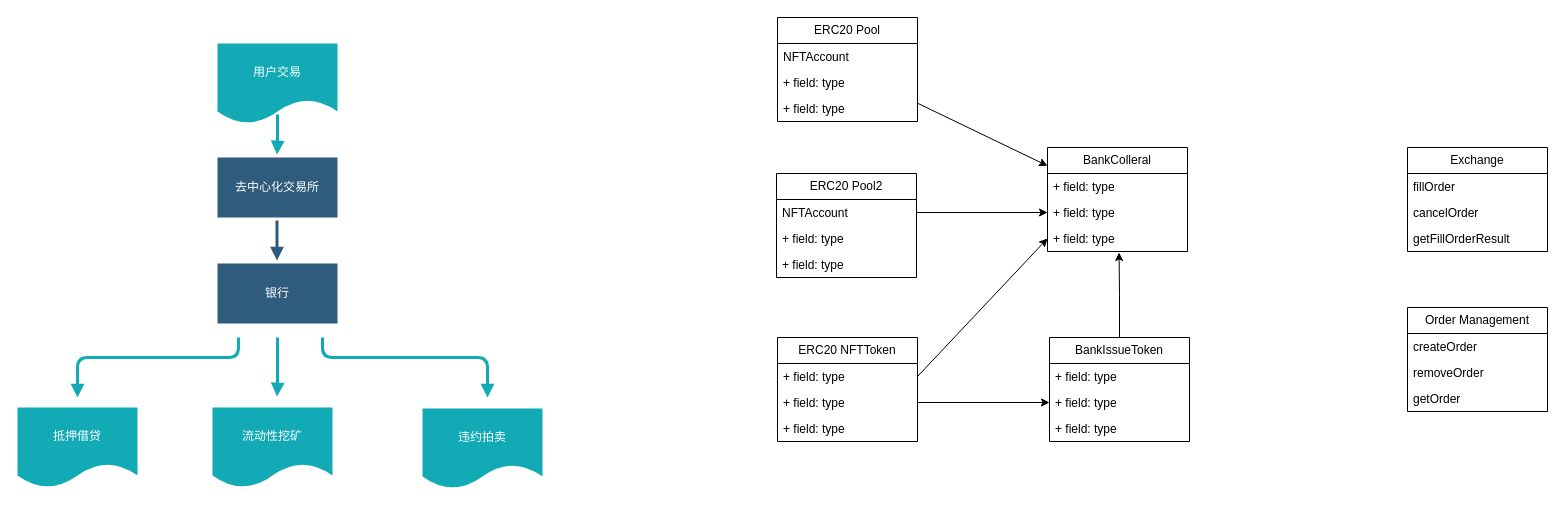
Adamlixi/adamblog.github.io keeps this draw.io diagram as 未命名绘图.drawio. Above is the earlier version. Source tidied: cells renumbered, new cells numbered last; positions are measured from the earlier drawing's top-left corner, leaving out a move shared by most shapes. Both pictures are drawn from the tidied source at 100%, with x=0, y=0 at pixel (17, 17).
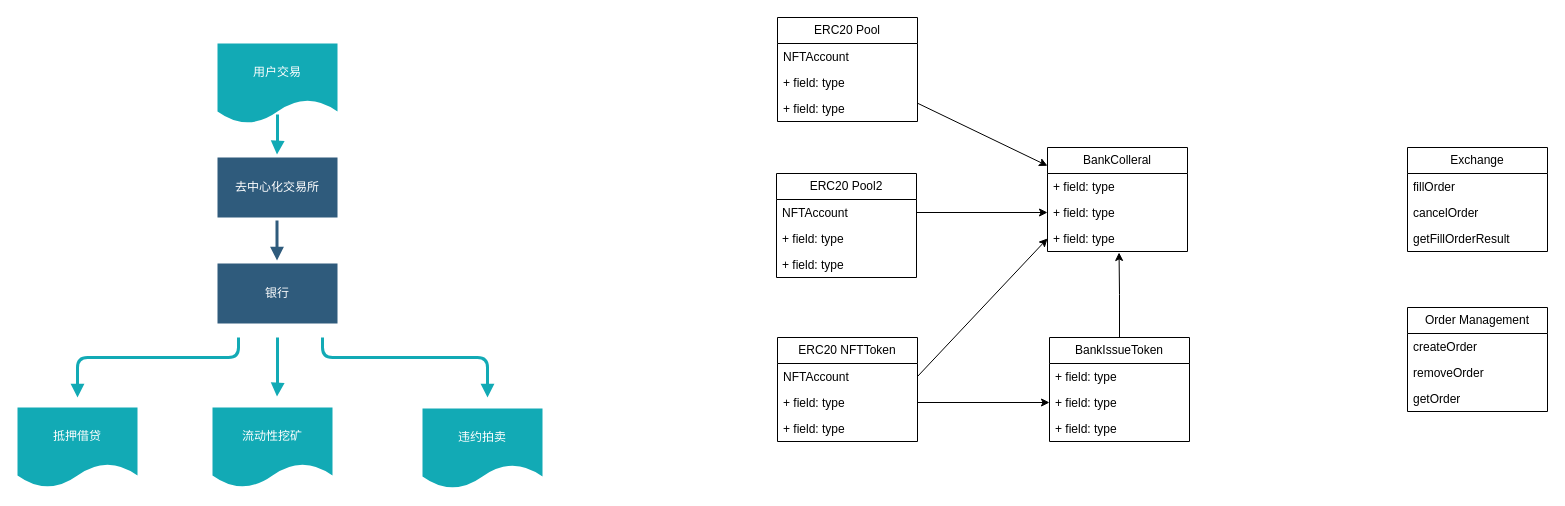
The same page after the edit.

Commit message (it also covers changes not shown here):
更新未命名绘图.drawio

Unchanged cells that the change refers to:
```xml
<mxCell id="26" value="ERC20 NFTToken" style="swimlane;fontStyle=0;horizontal=1;startSize=26;fillColor=none;whiteSpace=wrap;html=1;" parent="1" vertex="1">
  <mxGeometry x="760" y="320" width="140" height="104" as="geometry" />
</mxCell>
```

What changed in the source:
```diff
@@
-    <mxCell id="27" value="+ field: type" style="text;strokeColor=none;fillColor=none;align=left;verticalAlign=top;spacingLeft=4;spacingRight=4;overflow=hidden;points=[[0,0.5],[1,0.5]];portConstraint=eastwest;whiteSpace=wrap;html=1;" parent="26" vertex="1">
+    <mxCell id="27" value="NFTAccount" style="text;strokeColor=none;fillColor=none;align=left;verticalAlign=top;spacingLeft=4;spacingRight=4;overflow=hidden;points=[[0,0.5],[1,0.5]];portConstraint=eastwest;whiteSpace=wrap;html=1;" parent="26" vertex="1">
       <mxGeometry y="26" width="140" height="26" as="geometry" />
     </mxCell>
```
